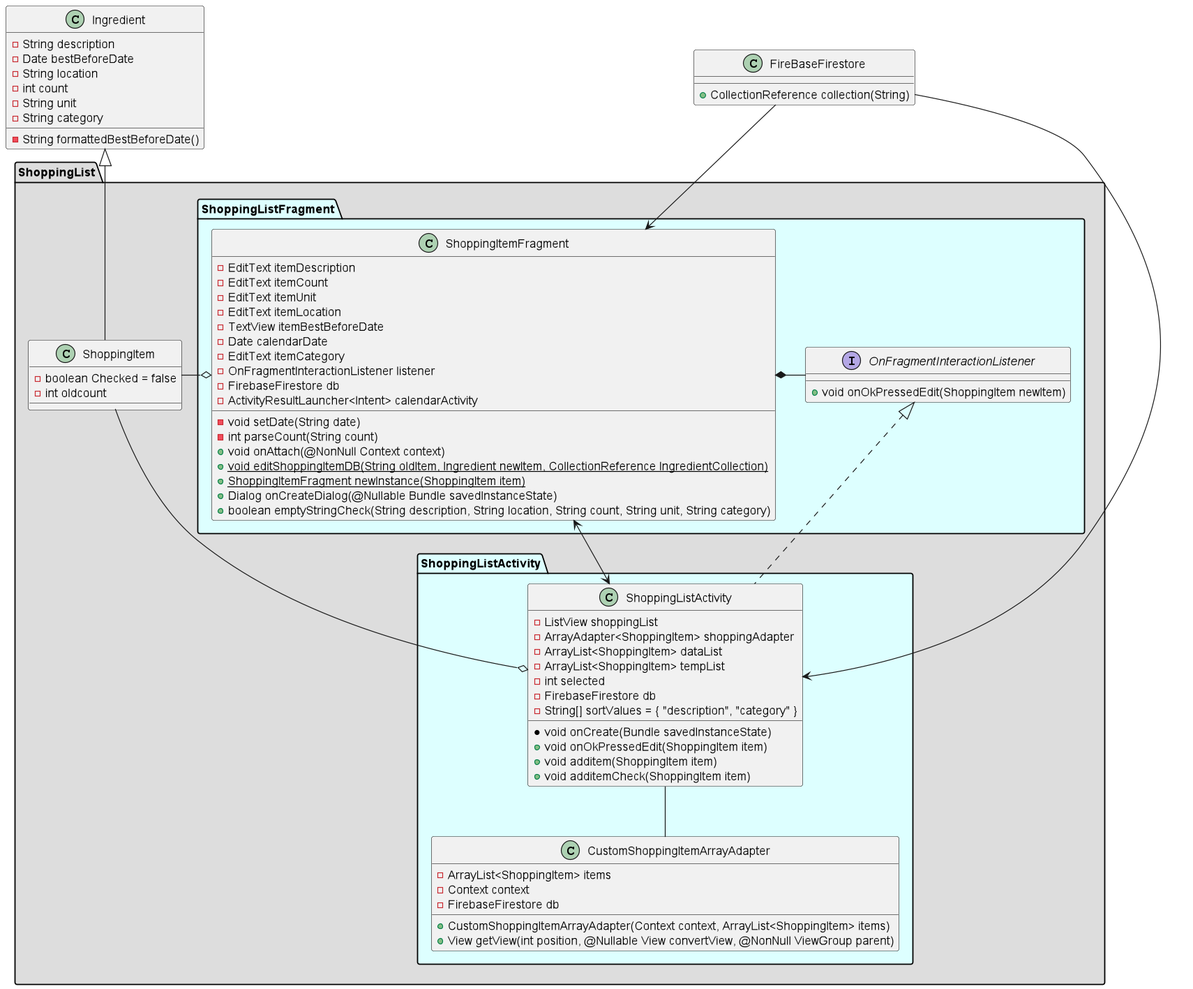
This is doc/diagrams/ShoppingUML.png from CMPUT301F22T31/FoodCart, a PlantUML export, as it was before one commit.
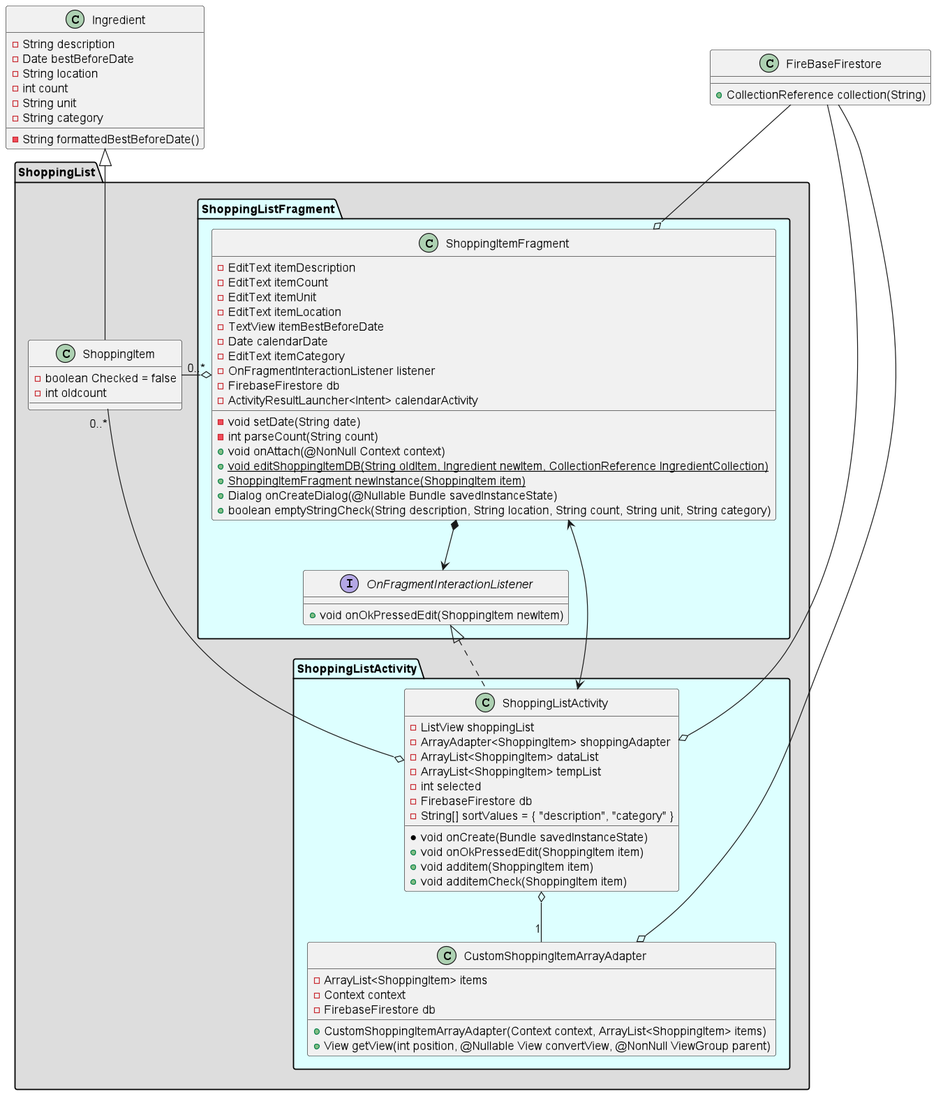
After the commit.

The edit, as a diff of the source:
```diff
@@ -78,14 +78,15 @@
                 +void additemCheck(ShoppingItem item)
         }
     }
-    ShoppingListActivity -- CustomShoppingItemArrayAdapter
+    ShoppingListActivity o-- "1" CustomShoppingItemArrayAdapter
     ShoppingItemFragment <--> ShoppingListActivity
 
-    ShoppingItemFragment *- ShoppingListFragment.OnFragmentInteractionListener
-    ShoppingItem -o ShoppingItemFragment
-    ShoppingItem -o ShoppingListActivity
+    ShoppingItemFragment *--> ShoppingListFragment.OnFragmentInteractionListener
+    ShoppingItem "0..*" -o ShoppingItemFragment
+    ShoppingItem "0..*" -o ShoppingListActivity
 
-    FireBaseFirestore --> ShoppingListActivity
-    FireBaseFirestore --> ShoppingItemFragment
+    FireBaseFirestore --o ShoppingListActivity
+    FireBaseFirestore --o ShoppingItemFragment
+    FireBaseFirestore --o CustomShoppingItemArrayAdapter
 }
 @enduml
```
